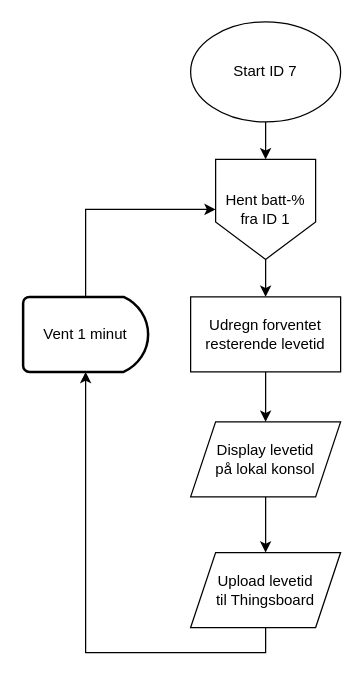
Before: page "ID 7" (6 of 10) of Samlet løsning/Samlet Flowchart.drawio in KEA-E24-B9-IOT1/E24-B9-IoT1, a draw.io diagram. Source tidied: cells renumbered, new cells numbered last; positions are measured from the earlier drawing's top-left corner, leaving out a move shared by most shapes. Both pictures are drawn from the tidied source at 125%, with x=0, y=0 at pixel (22, 21).
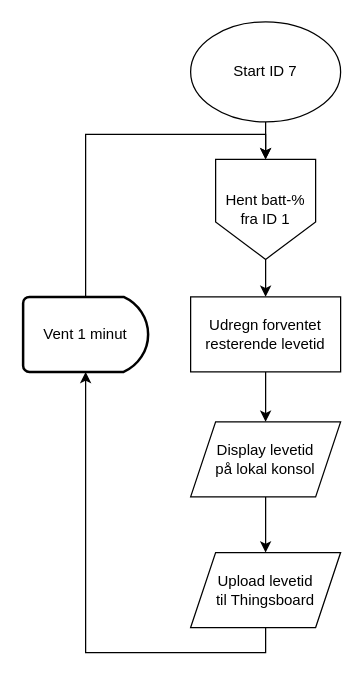
The same diagram, later.

Diff of the diagram source:
```diff
@@
 <mxGraphModel>
   <root>
     <mxCell id="0" />
     <mxCell id="1" parent="0" />
     <mxCell id="2" style="edgeStyle=orthogonalEdgeStyle;rounded=0;jettySize=auto;html=1;" parent="1" edge="1" source="3" target="5">
       <mxGeometry relative="1" as="geometry" />
     </mxCell>
     <mxCell id="3" value="Start ID 7" style="ellipse;whiteSpace=wrap;html=1;" parent="1" vertex="1">
       <mxGeometry x="134" width="120" height="80" as="geometry" />
     </mxCell>
     <mxCell id="4" style="edgeStyle=orthogonalEdgeStyle;rounded=0;jettySize=auto;html=1;exitX=0.5;exitY=1;exitDx=0;exitDy=0;entryX=0.5;entryY=0;entryDx=0;entryDy=0;" parent="1" edge="1" source="5" target="7">
       <mxGeometry relative="1" as="geometry" />
     </mxCell>
     <mxCell id="5" value="Hent batt-% fra ID 1&lt;div&gt;&lt;/div&gt;" style="shape=offPageConnector;whiteSpace=wrap;html=1;" parent="1" vertex="1">
       <mxGeometry x="154" y="110" width="80" height="80" as="geometry" />
     </mxCell>
     <mxCell id="6" style="edgeStyle=orthogonalEdgeStyle;rounded=0;jettySize=auto;html=1;" parent="1" edge="1" source="7" target="9">
       <mxGeometry relative="1" as="geometry" />
     </mxCell>
     <mxCell id="7" value="Udregn forventet resterende levetid" style="rounded=0;whiteSpace=wrap;html=1;" parent="1" vertex="1">
       <mxGeometry x="134" y="220" width="120" height="60" as="geometry" />
     </mxCell>
     <mxCell id="8" style="edgeStyle=orthogonalEdgeStyle;rounded=0;jettySize=auto;html=1;" parent="1" edge="1" source="9" target="10">
       <mxGeometry relative="1" as="geometry" />
     </mxCell>
     <mxCell id="9" value="&lt;div&gt;Display levetid&lt;/div&gt;&lt;div&gt;på lokal konsol&lt;br&gt;&lt;/div&gt;" style="shape=parallelogram;perimeter=parallelogramPerimeter;whiteSpace=wrap;html=1;fixedSize=1;" parent="1" vertex="1">
       <mxGeometry x="134" y="320" width="120" height="60" as="geometry" />
     </mxCell>
     <mxCell id="10" value="&lt;div&gt;Upload levetid&lt;/div&gt;&lt;div&gt;til Thingsboard&lt;br&gt;&lt;/div&gt;" style="shape=parallelogram;perimeter=parallelogramPerimeter;whiteSpace=wrap;html=1;fixedSize=1;" parent="1" vertex="1">
       <mxGeometry x="134" y="424.5" width="120" height="60" as="geometry" />
     </mxCell>
-    <mxCell id="11" style="edgeStyle=orthogonalEdgeStyle;rounded=0;jettySize=auto;html=1;exitX=0.5;exitY=0;exitDx=0;exitDy=0;exitPerimeter=0;entryX=0;entryY=0.5;entryDx=0;entryDy=0;" parent="1" edge="1" source="12" target="5">
+    <mxCell id="11" style="edgeStyle=orthogonalEdgeStyle;rounded=0;jettySize=auto;html=1;exitX=0.5;exitY=0;exitDx=0;exitDy=0;exitPerimeter=0;entryX=0.5;entryY=0;entryDx=0;entryDy=0;" parent="1" edge="1" source="12" target="5">
       <mxGeometry relative="1" as="geometry" />
     </mxCell>
     <mxCell id="12" value="Vent 1 minut" style="strokeWidth=2;html=1;shape=mxgraph.flowchart.delay;whiteSpace=wrap;" parent="1" vertex="1">
       <mxGeometry y="220" width="100" height="60" as="geometry" />
     </mxCell>
     <mxCell id="13" style="edgeStyle=orthogonalEdgeStyle;rounded=0;jettySize=auto;html=1;exitX=0.5;exitY=1;exitDx=0;exitDy=0;entryX=0.5;entryY=1;entryDx=0;entryDy=0;entryPerimeter=0;" parent="1" edge="1" source="10" target="12">
       <mxGeometry relative="1" as="geometry" />
     </mxCell>
   </root>
 </mxGraphModel>
```
